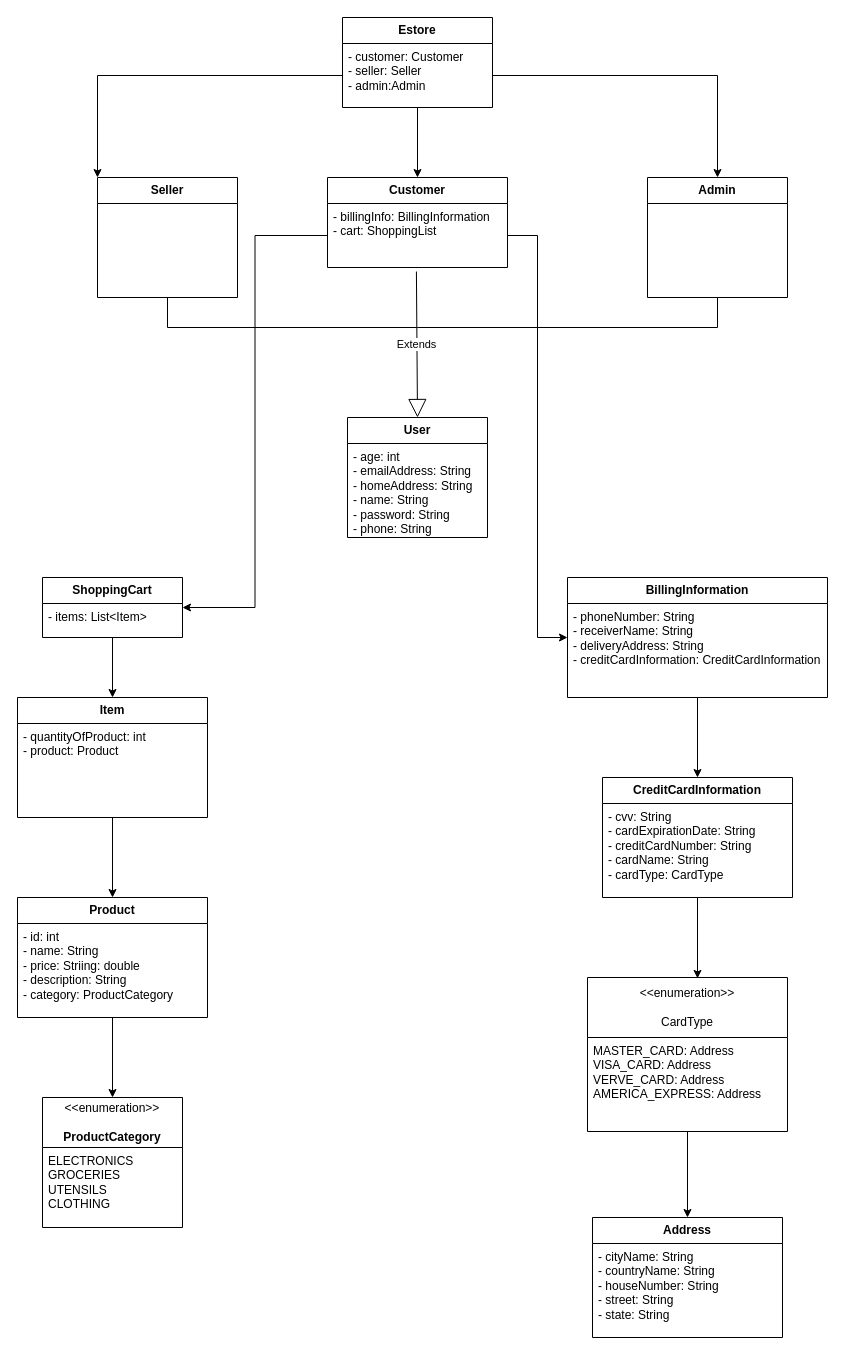
Above: Chibuzo's Snacks/oop/Estore UML.drawio in Orisakwe-Nwokocha/SemicolonJava (draw.io), before the change. Source tidied: cells renumbered, new cells numbered last; positions are measured from the earlier drawing's top-left corner, leaving out a move shared by most shapes. Both pictures are drawn from the tidied source at 100%, with x=0, y=0 at pixel (17, 17).
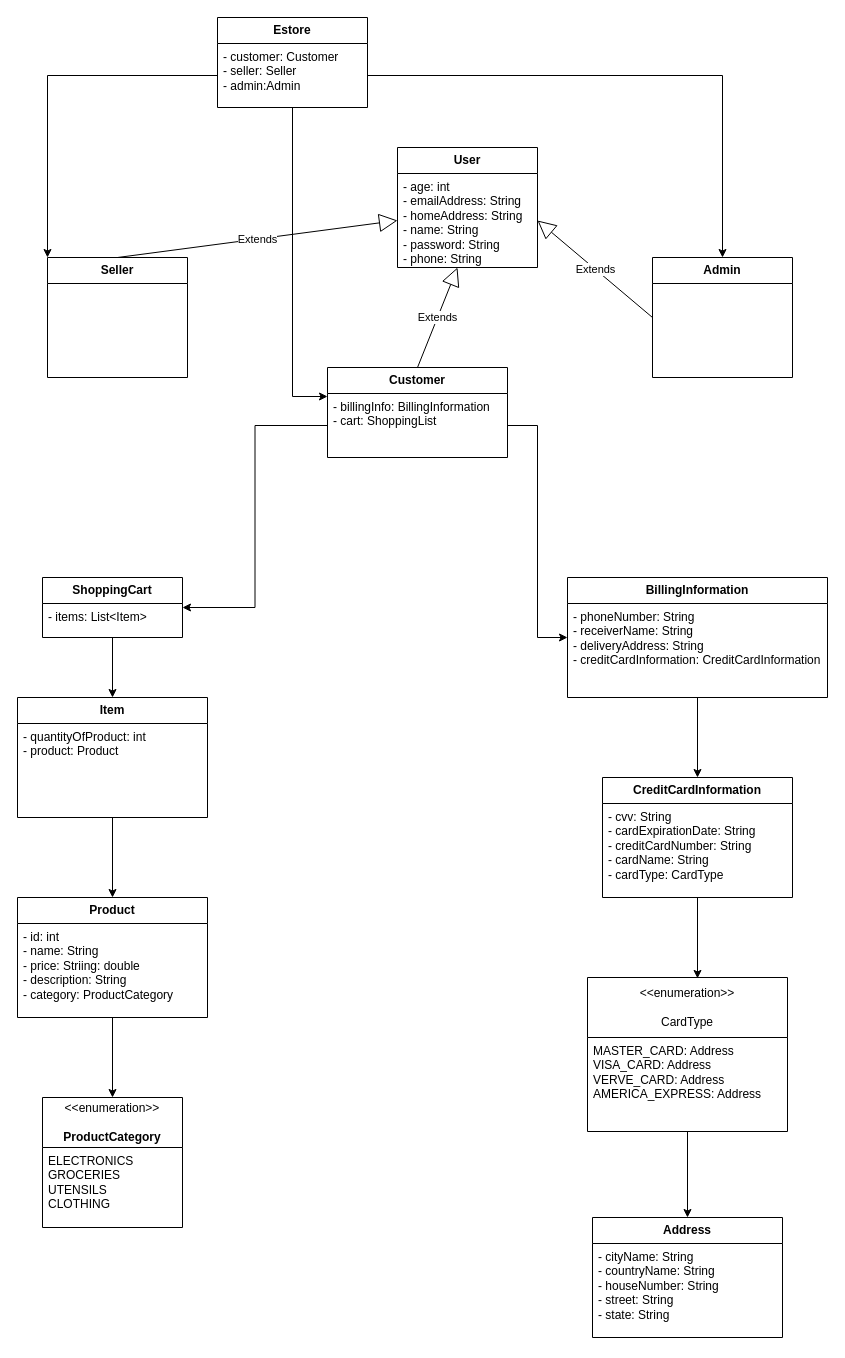
The same page after the edit.

The change refers to these unchanged cells:
```xml
<mxCell id="6" value="- age: int&lt;br&gt;- emailAddress: String&lt;br&gt;- homeAddress: String&lt;br&gt;- name: String&lt;br&gt;- password: String&lt;br&gt;- phone: String&lt;div&gt;&lt;br&gt;&lt;/div&gt;" style="text;strokeColor=none;fillColor=none;align=left;verticalAlign=top;spacingLeft=4;spacingRight=4;overflow=hidden;points=[[0,0.5],[1,0.5]];portConstraint=eastwest;whiteSpace=wrap;html=1;" parent="5" vertex="1">
  <mxGeometry y="26" width="140" height="94" as="geometry" />
</mxCell>
<mxCell id="8" value="- billingInfo: BillingInformation&lt;br&gt;- cart: ShoppingList" style="text;strokeColor=none;fillColor=none;align=left;verticalAlign=top;spacingLeft=4;spacingRight=4;overflow=hidden;points=[[0,0.5],[1,0.5]];portConstraint=eastwest;whiteSpace=wrap;html=1;" parent="7" vertex="1">
  <mxGeometry y="26" width="180" height="64" as="geometry" />
</mxCell>
```

What changed in the source:
```diff
@@
-    <mxCell id="2" style="edgeStyle=orthogonalEdgeStyle;rounded=0;jettySize=auto;html=1;" parent="1" edge="1" source="3" target="7">
-      <mxGeometry relative="1" as="geometry" />
-    </mxCell>
     <mxCell id="3" value="&lt;b&gt;Estore&lt;/b&gt;" style="swimlane;fontStyle=0;horizontal=1;startSize=26;fillColor=none;whiteSpace=wrap;html=1;" parent="1" vertex="1">
-      <mxGeometry x="325" width="150" height="90" as="geometry" />
+      <mxGeometry x="200" width="150" height="90" as="geometry" />
     </mxCell>
@@
     <mxCell id="5" value="&lt;b&gt;User&lt;/b&gt;" style="swimlane;fontStyle=0;horizontal=1;startSize=26;fillColor=none;whiteSpace=wrap;html=1;" parent="1" vertex="1">
-      <mxGeometry x="330" y="400" width="140" height="120" as="geometry" />
+      <mxGeometry x="380" y="130" width="140" height="120" as="geometry" />
     </mxCell>
@@
     <mxCell id="7" value="&lt;b&gt;Customer&lt;/b&gt;" style="swimlane;fontStyle=0;horizontal=1;startSize=26;fillColor=none;whiteSpace=wrap;html=1;" parent="1" vertex="1">
-      <mxGeometry x="310" y="160" width="180" height="90" as="geometry" />
+      <mxGeometry x="310" y="350" width="180" height="90" as="geometry" />
     </mxCell>
@@
     <mxCell id="12" value="&lt;b&gt;Seller&lt;/b&gt;" style="swimlane;fontStyle=0;horizontal=1;startSize=26;fillColor=none;whiteSpace=wrap;html=1;" parent="1" vertex="1">
-      <mxGeometry x="80" y="160" width="140" height="120" as="geometry" />
+      <mxGeometry x="30" y="240" width="140" height="120" as="geometry" />
     </mxCell>
@@
     <mxCell id="29" value="&lt;b&gt;Admin&lt;/b&gt;" style="swimlane;fontStyle=0;horizontal=1;startSize=26;fillColor=none;whiteSpace=wrap;html=1;" parent="1" vertex="1">
-      <mxGeometry x="630" y="160" width="140" height="120" as="geometry" />
+      <mxGeometry x="635" y="240" width="140" height="120" as="geometry" />
     </mxCell>
@@
-    <mxCell id="32" value="Extends" style="endArrow=block;endSize=16;endFill=0;html=1;rounded=0;exitX=0.494;exitY=1.063;exitDx=0;exitDy=0;exitPerimeter=0;entryX=0.5;entryY=0;entryDx=0;entryDy=0;" parent="1" edge="1" source="8" target="5">
-      <mxGeometry relative="1" as="geometry" />
-    </mxCell>
-    <mxCell id="33" style="endArrow=none;html=1;rounded=0;entryX=0.5;entryY=1;entryDx=0;entryDy=0;" parent="1" edge="1" target="12">
-      <mxGeometry relative="1" as="geometry">
-        <mxPoint x="400" y="310" as="sourcePoint" />
-        <Array as="points">
-          <mxPoint x="150" y="310" />
-        </Array>
-      </mxGeometry>
-    </mxCell>
-    <mxCell id="34" style="endArrow=none;html=1;rounded=0;entryX=0.5;entryY=1;entryDx=0;entryDy=0;" parent="1" edge="1" target="29">
-      <mxGeometry relative="1" as="geometry">
-        <mxPoint x="400" y="310" as="sourcePoint" />
-        <Array as="points">
-          <mxPoint x="700" y="310" />
-        </Array>
-      </mxGeometry>
-    </mxCell>
@@
+    <mxCell id="40" value="Extends" style="endArrow=block;endSize=16;endFill=0;html=1;rounded=0;entryX=1;entryY=0.5;entryDx=0;entryDy=0;exitX=0;exitY=0.5;exitDx=0;exitDy=0;" parent="1" edge="1" source="29" target="6">
+      <mxGeometry relative="1" as="geometry" />
+    </mxCell>
+    <mxCell id="41" value="Extends" style="endArrow=block;endSize=16;endFill=0;html=1;rounded=0;exitX=0.5;exitY=0;exitDx=0;exitDy=0;" parent="1" edge="1" source="7">
+      <mxGeometry relative="1" as="geometry">
+        <mxPoint x="440" y="250" as="targetPoint" />
+      </mxGeometry>
+    </mxCell>
+    <mxCell id="42" style="edgeStyle=orthogonalEdgeStyle;rounded=0;jettySize=auto;html=1;entryX=0;entryY=0.047;entryDx=0;entryDy=0;entryPerimeter=0;" parent="1" edge="1" source="3" target="8">
+      <mxGeometry relative="1" as="geometry" />
+    </mxCell>
+    <mxCell id="43" value="Extends" style="endArrow=block;endSize=16;endFill=0;html=1;rounded=0;entryX=0;entryY=0.5;entryDx=0;entryDy=0;exitX=0.5;exitY=0;exitDx=0;exitDy=0;" parent="1" edge="1" source="12" target="6">
+      <mxGeometry relative="1" as="geometry" />
+    </mxCell>
```
